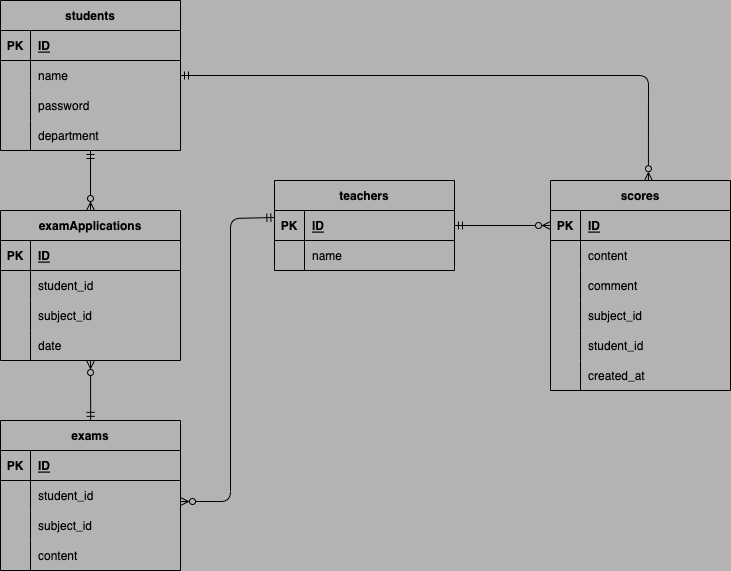
Earlier version of the draw.io export index.drawio.png (daurora-net/20220906ueda). Source tidied: cells renumbered, new cells last; positions are measured from the earlier drawing's top-left corner, leaving out a move shared by most shapes. Its diagram source:
```xml
<mxGraphModel background="#B3B3B3">
  <root>
    <mxCell id="0" />
    <mxCell id="1" parent="0" />
    <mxCell id="2" style="edgeStyle=none;html=1;fontColor=#000000;startArrow=ERmandOne;startFill=0;endArrow=ERzeroToMany;endFill=0;" parent="1" edge="1" source="13">
      <mxGeometry relative="1" as="geometry">
        <mxPoint x="90" y="210" as="targetPoint" />
      </mxGeometry>
    </mxCell>
    <mxCell id="3" value="students" style="shape=table;startSize=30;rowLines=0;fontStyle=1;align=center;fillColor=none;" parent="1" vertex="1">
      <mxGeometry width="180" height="150" as="geometry" />
    </mxCell>
    <mxCell id="4" style="shape=partialRectangle;fillColor=none;top=0;left=0;bottom=1;right=0;" parent="3" vertex="1">
      <mxGeometry y="30" width="180" height="30" as="geometry" />
    </mxCell>
    <mxCell id="5" value="PK" style="shape=partialRectangle;fillColor=none;top=0;left=0;bottom=0;right=0;fontStyle=1;overflow=hidden;" parent="4" vertex="1">
      <mxGeometry width="30" height="30" as="geometry" />
    </mxCell>
    <mxCell id="6" value="ID" style="shape=partialRectangle;fillColor=none;top=0;left=0;bottom=0;right=0;align=left;spacingLeft=6;fontStyle=5;overflow=hidden;" parent="4" vertex="1">
      <mxGeometry x="30" width="150" height="30" as="geometry" />
    </mxCell>
    <mxCell id="7" style="shape=partialRectangle;fillColor=none;top=0;left=0;bottom=0;right=0;points=[[0,0.5],[1,0.5]];portConstraint=eastwest;" parent="3" vertex="1">
      <mxGeometry y="60" width="180" height="30" as="geometry" />
    </mxCell>
    <mxCell id="8" style="shape=partialRectangle;fillColor=none;top=0;left=0;bottom=0;right=0;overflow=hidden;" parent="7" vertex="1">
      <mxGeometry width="30" height="30" as="geometry" />
    </mxCell>
    <mxCell id="9" value="name" style="shape=partialRectangle;fillColor=none;top=0;left=0;bottom=0;right=0;align=left;spacingLeft=6;overflow=hidden;" parent="7" vertex="1">
      <mxGeometry x="30" width="150" height="30" as="geometry" />
    </mxCell>
    <mxCell id="10" style="shape=partialRectangle;fillColor=none;top=0;left=0;bottom=0;right=0;" parent="3" vertex="1">
      <mxGeometry y="90" width="180" height="30" as="geometry" />
    </mxCell>
    <mxCell id="11" style="shape=partialRectangle;fillColor=none;top=0;left=0;bottom=0;right=0;overflow=hidden;" parent="10" vertex="1">
      <mxGeometry width="30" height="30" as="geometry" />
    </mxCell>
    <mxCell id="12" value="password" style="shape=partialRectangle;fillColor=none;top=0;left=0;bottom=0;right=0;align=left;spacingLeft=6;overflow=hidden;" parent="10" vertex="1">
      <mxGeometry x="30" width="150" height="30" as="geometry" />
    </mxCell>
    <mxCell id="13" style="shape=partialRectangle;fillColor=none;top=0;left=0;bottom=0;right=0;points=[[0,0.5],[1,0.5]];portConstraint=eastwest;" parent="3" vertex="1">
      <mxGeometry y="120" width="180" height="30" as="geometry" />
    </mxCell>
    <mxCell id="14" style="shape=partialRectangle;fillColor=none;top=0;left=0;bottom=0;right=0;overflow=hidden;" parent="13" vertex="1">
      <mxGeometry width="30" height="30" as="geometry" />
    </mxCell>
    <mxCell id="15" value="department" style="shape=partialRectangle;fillColor=none;top=0;left=0;bottom=0;right=0;align=left;spacingLeft=6;overflow=hidden;" parent="13" vertex="1">
      <mxGeometry x="30" width="150" height="30" as="geometry" />
    </mxCell>
    <mxCell id="16" style="edgeStyle=none;rounded=1;html=1;fontColor=#000000;startArrow=ERmandOne;startFill=0;endArrow=ERzeroToMany;endFill=0;" parent="1" edge="1" source="17">
      <mxGeometry relative="1" as="geometry">
        <mxPoint x="550" y="225" as="targetPoint" />
      </mxGeometry>
    </mxCell>
    <mxCell id="17" value="teachers" style="shape=table;startSize=30;rowLines=0;fontStyle=1;align=center;fillColor=none;" parent="1" vertex="1">
      <mxGeometry x="274" y="180" width="180" height="90" as="geometry" />
    </mxCell>
    <mxCell id="18" style="shape=partialRectangle;fillColor=none;top=0;left=0;bottom=1;right=0;points=[[0,0.5],[1,0.5]];portConstraint=eastwest;" parent="17" vertex="1">
      <mxGeometry y="30" width="180" height="30" as="geometry" />
    </mxCell>
    <mxCell id="19" value="PK" style="shape=partialRectangle;fillColor=none;top=0;left=0;bottom=0;right=0;fontStyle=1;overflow=hidden;" parent="18" vertex="1">
      <mxGeometry width="30" height="30" as="geometry" />
    </mxCell>
    <mxCell id="20" value="ID" style="shape=partialRectangle;fillColor=none;top=0;left=0;bottom=0;right=0;align=left;spacingLeft=6;fontStyle=5;overflow=hidden;" parent="18" vertex="1">
      <mxGeometry x="30" width="150" height="30" as="geometry" />
    </mxCell>
    <mxCell id="21" style="shape=partialRectangle;fillColor=none;top=0;left=0;bottom=0;right=0;" parent="17" vertex="1">
      <mxGeometry y="60" width="180" height="30" as="geometry" />
    </mxCell>
    <mxCell id="22" style="shape=partialRectangle;fillColor=none;top=0;left=0;bottom=0;right=0;overflow=hidden;" parent="21" vertex="1">
      <mxGeometry width="30" height="30" as="geometry" />
    </mxCell>
    <mxCell id="23" value="name" style="shape=partialRectangle;fillColor=none;top=0;left=0;bottom=0;right=0;align=left;spacingLeft=6;overflow=hidden;" parent="21" vertex="1">
      <mxGeometry x="30" width="150" height="30" as="geometry" />
    </mxCell>
    <mxCell id="24" style="edgeStyle=none;html=1;fontColor=#000000;startArrow=ERzeroToMany;startFill=0;endArrow=ERmandOne;endFill=0;entryX=0.501;entryY=-0.001;entryDx=0;entryDy=0;entryPerimeter=0;" parent="1" edge="1" source="35" target="38">
      <mxGeometry relative="1" as="geometry" />
    </mxCell>
    <mxCell id="25" value="examApplications" style="shape=table;startSize=30;rowLines=0;fontStyle=1;align=center;fillColor=none;" parent="1" vertex="1">
      <mxGeometry y="210" width="180" height="150" as="geometry" />
    </mxCell>
    <mxCell id="26" style="shape=partialRectangle;fillColor=none;top=0;left=0;bottom=1;right=0;" parent="25" vertex="1">
      <mxGeometry y="30" width="180" height="30" as="geometry" />
    </mxCell>
    <mxCell id="27" value="PK" style="shape=partialRectangle;fillColor=none;top=0;left=0;bottom=0;right=0;fontStyle=1;overflow=hidden;" parent="26" vertex="1">
      <mxGeometry width="30" height="30" as="geometry" />
    </mxCell>
    <mxCell id="28" value="ID" style="shape=partialRectangle;fillColor=none;top=0;left=0;bottom=0;right=0;align=left;spacingLeft=6;fontStyle=5;overflow=hidden;" parent="26" vertex="1">
      <mxGeometry x="30" width="150" height="30" as="geometry" />
    </mxCell>
    <mxCell id="29" style="shape=partialRectangle;fillColor=none;top=0;left=0;bottom=0;right=0;" parent="25" vertex="1">
      <mxGeometry y="60" width="180" height="30" as="geometry" />
    </mxCell>
    <mxCell id="30" style="shape=partialRectangle;fillColor=none;top=0;left=0;bottom=0;right=0;overflow=hidden;" parent="29" vertex="1">
      <mxGeometry width="30" height="30" as="geometry" />
    </mxCell>
    <mxCell id="31" value="student_id" style="shape=partialRectangle;fillColor=none;top=0;left=0;bottom=0;right=0;align=left;spacingLeft=6;overflow=hidden;" parent="29" vertex="1">
      <mxGeometry x="30" width="150" height="30" as="geometry" />
    </mxCell>
    <mxCell id="32" style="shape=partialRectangle;fillColor=none;top=0;left=0;bottom=0;right=0;" parent="25" vertex="1">
      <mxGeometry y="90" width="180" height="30" as="geometry" />
    </mxCell>
    <mxCell id="33" style="shape=partialRectangle;fillColor=none;top=0;left=0;bottom=0;right=0;overflow=hidden;" parent="32" vertex="1">
      <mxGeometry width="30" height="30" as="geometry" />
    </mxCell>
    <mxCell id="34" value="subject_id" style="shape=partialRectangle;fillColor=none;top=0;left=0;bottom=0;right=0;align=left;spacingLeft=6;overflow=hidden;" parent="32" vertex="1">
      <mxGeometry x="30" width="150" height="30" as="geometry" />
    </mxCell>
    <mxCell id="35" style="shape=partialRectangle;fillColor=none;top=0;left=0;bottom=0;right=0;points=[[0,0.5],[1,0.5]];portConstraint=eastwest;" parent="25" vertex="1">
      <mxGeometry y="120" width="180" height="30" as="geometry" />
    </mxCell>
    <mxCell id="36" style="shape=partialRectangle;fillColor=none;top=0;left=0;bottom=0;right=0;overflow=hidden;" parent="35" vertex="1">
      <mxGeometry width="30" height="30" as="geometry" />
    </mxCell>
    <mxCell id="37" value="date" style="shape=partialRectangle;fillColor=none;top=0;left=0;bottom=0;right=0;align=left;spacingLeft=6;overflow=hidden;" parent="35" vertex="1">
      <mxGeometry x="30" width="150" height="30" as="geometry" />
    </mxCell>
    <mxCell id="38" value="exams" style="shape=table;startSize=30;rowLines=0;fontStyle=1;align=center;fillColor=none;" parent="1" vertex="1">
      <mxGeometry y="420" width="180" height="150" as="geometry" />
    </mxCell>
    <mxCell id="39" style="shape=partialRectangle;fillColor=none;top=0;left=0;bottom=1;right=0;" parent="38" vertex="1">
      <mxGeometry y="30" width="180" height="30" as="geometry" />
    </mxCell>
    <mxCell id="40" value="PK" style="shape=partialRectangle;fillColor=none;top=0;left=0;bottom=0;right=0;fontStyle=1;overflow=hidden;" parent="39" vertex="1">
      <mxGeometry width="30" height="30" as="geometry" />
    </mxCell>
    <mxCell id="41" value="ID" style="shape=partialRectangle;fillColor=none;top=0;left=0;bottom=0;right=0;align=left;spacingLeft=6;fontStyle=5;overflow=hidden;" parent="39" vertex="1">
      <mxGeometry x="30" width="150" height="30" as="geometry" />
    </mxCell>
    <mxCell id="42" style="shape=partialRectangle;fillColor=none;top=0;left=0;bottom=0;right=0;" parent="38" vertex="1">
      <mxGeometry y="60" width="180" height="30" as="geometry" />
    </mxCell>
    <mxCell id="43" style="shape=partialRectangle;fillColor=none;top=0;left=0;bottom=0;right=0;overflow=hidden;" parent="42" vertex="1">
      <mxGeometry width="30" height="30" as="geometry" />
    </mxCell>
    <mxCell id="44" value="student_id" style="shape=partialRectangle;fillColor=none;top=0;left=0;bottom=0;right=0;align=left;spacingLeft=6;overflow=hidden;" parent="42" vertex="1">
      <mxGeometry x="30" width="150" height="30" as="geometry" />
    </mxCell>
    <mxCell id="45" style="shape=partialRectangle;fillColor=none;top=0;left=0;bottom=0;right=0;" parent="38" vertex="1">
      <mxGeometry y="90" width="180" height="30" as="geometry" />
    </mxCell>
    <mxCell id="46" style="shape=partialRectangle;fillColor=none;top=0;left=0;bottom=0;right=0;overflow=hidden;" parent="45" vertex="1">
      <mxGeometry width="30" height="30" as="geometry" />
    </mxCell>
    <mxCell id="47" value="subject_id" style="shape=partialRectangle;fillColor=none;top=0;left=0;bottom=0;right=0;align=left;spacingLeft=6;overflow=hidden;" parent="45" vertex="1">
      <mxGeometry x="30" width="150" height="30" as="geometry" />
    </mxCell>
    <mxCell id="48" style="shape=partialRectangle;fillColor=none;top=0;left=0;bottom=0;right=0;" parent="38" vertex="1">
      <mxGeometry y="120" width="180" height="30" as="geometry" />
    </mxCell>
    <mxCell id="49" style="shape=partialRectangle;fillColor=none;top=0;left=0;bottom=0;right=0;overflow=hidden;" parent="48" vertex="1">
      <mxGeometry width="30" height="30" as="geometry" />
    </mxCell>
    <mxCell id="50" value="content" style="shape=partialRectangle;fillColor=none;top=0;left=0;bottom=0;right=0;align=left;spacingLeft=6;overflow=hidden;" parent="48" vertex="1">
      <mxGeometry x="30" width="150" height="30" as="geometry" />
    </mxCell>
    <mxCell id="51" value="scores" style="shape=table;startSize=30;rowLines=0;fontStyle=1;align=center;fillColor=none;" parent="1" vertex="1">
      <mxGeometry x="550" y="180" width="180" height="210" as="geometry" />
    </mxCell>
    <mxCell id="52" style="shape=partialRectangle;fillColor=none;top=0;left=0;bottom=1;right=0;" parent="51" vertex="1">
      <mxGeometry y="30" width="180" height="30" as="geometry" />
    </mxCell>
    <mxCell id="53" value="PK" style="shape=partialRectangle;fillColor=none;top=0;left=0;bottom=0;right=0;fontStyle=1;overflow=hidden;" parent="52" vertex="1">
      <mxGeometry width="30" height="30" as="geometry" />
    </mxCell>
    <mxCell id="54" value="ID" style="shape=partialRectangle;fillColor=none;top=0;left=0;bottom=0;right=0;align=left;spacingLeft=6;fontStyle=5;overflow=hidden;" parent="52" vertex="1">
      <mxGeometry x="30" width="150" height="30" as="geometry" />
    </mxCell>
    <mxCell id="55" style="shape=partialRectangle;fillColor=none;top=0;left=0;bottom=0;right=0;" parent="51" vertex="1">
      <mxGeometry y="60" width="180" height="30" as="geometry" />
    </mxCell>
    <mxCell id="56" style="shape=partialRectangle;fillColor=none;top=0;left=0;bottom=0;right=0;overflow=hidden;" parent="55" vertex="1">
      <mxGeometry width="30" height="30" as="geometry" />
    </mxCell>
    <mxCell id="57" value="content" style="shape=partialRectangle;fillColor=none;top=0;left=0;bottom=0;right=0;align=left;spacingLeft=6;overflow=hidden;" parent="55" vertex="1">
      <mxGeometry x="30" width="150" height="30" as="geometry" />
    </mxCell>
    <mxCell id="58" style="shape=partialRectangle;fillColor=none;top=0;left=0;bottom=0;right=0;" parent="51" vertex="1">
      <mxGeometry y="90" width="180" height="30" as="geometry" />
    </mxCell>
    <mxCell id="59" style="shape=partialRectangle;fillColor=none;top=0;left=0;bottom=0;right=0;overflow=hidden;" parent="58" vertex="1">
      <mxGeometry width="30" height="30" as="geometry" />
    </mxCell>
    <mxCell id="60" value="comment" style="shape=partialRectangle;fillColor=none;top=0;left=0;bottom=0;right=0;align=left;spacingLeft=6;overflow=hidden;" parent="58" vertex="1">
      <mxGeometry x="30" width="150" height="30" as="geometry" />
    </mxCell>
    <mxCell id="61" style="shape=partialRectangle;fillColor=none;top=0;left=0;bottom=0;right=0;" parent="51" vertex="1">
      <mxGeometry y="120" width="180" height="30" as="geometry" />
    </mxCell>
    <mxCell id="62" style="shape=partialRectangle;fillColor=none;top=0;left=0;bottom=0;right=0;overflow=hidden;" parent="61" vertex="1">
      <mxGeometry width="30" height="30" as="geometry" />
    </mxCell>
    <mxCell id="63" value="subject_id" style="shape=partialRectangle;fillColor=none;top=0;left=0;bottom=0;right=0;align=left;spacingLeft=6;overflow=hidden;" parent="61" vertex="1">
      <mxGeometry x="30" width="150" height="30" as="geometry" />
    </mxCell>
    <mxCell id="64" style="shape=partialRectangle;fillColor=none;top=0;left=0;bottom=0;right=0;" parent="51" vertex="1">
      <mxGeometry y="150" width="180" height="30" as="geometry" />
    </mxCell>
    <mxCell id="65" style="shape=partialRectangle;fillColor=none;top=0;left=0;bottom=0;right=0;overflow=hidden;" parent="64" vertex="1">
      <mxGeometry width="30" height="30" as="geometry" />
    </mxCell>
    <mxCell id="66" value="student_id" style="shape=partialRectangle;fillColor=none;top=0;left=0;bottom=0;right=0;align=left;spacingLeft=6;overflow=hidden;" parent="64" vertex="1">
      <mxGeometry x="30" width="150" height="30" as="geometry" />
    </mxCell>
    <mxCell id="67" style="shape=partialRectangle;fillColor=none;top=0;left=0;bottom=0;right=0;" parent="51" vertex="1">
      <mxGeometry y="180" width="180" height="30" as="geometry" />
    </mxCell>
    <mxCell id="68" style="shape=partialRectangle;fillColor=none;top=0;left=0;bottom=0;right=0;overflow=hidden;" parent="67" vertex="1">
      <mxGeometry width="30" height="30" as="geometry" />
    </mxCell>
    <mxCell id="69" value="created_at" style="shape=partialRectangle;fillColor=none;top=0;left=0;bottom=0;right=0;align=left;spacingLeft=6;overflow=hidden;" parent="67" vertex="1">
      <mxGeometry x="30" width="150" height="30" as="geometry" />
    </mxCell>
    <mxCell id="70" style="edgeStyle=none;rounded=1;html=1;fontColor=#000000;startArrow=ERzeroToMany;startFill=0;endArrow=ERmandOne;endFill=0;entryX=0.002;entryY=0.233;entryDx=0;entryDy=0;entryPerimeter=0;" parent="1" edge="1" target="18">
      <mxGeometry relative="1" as="geometry">
        <mxPoint x="180" y="501" as="sourcePoint" />
        <Array as="points">
          <mxPoint x="230" y="501" />
          <mxPoint x="230" y="218" />
        </Array>
      </mxGeometry>
    </mxCell>
    <mxCell id="71" style="edgeStyle=none;rounded=1;html=1;entryX=0.544;entryY=0.001;entryDx=0;entryDy=0;entryPerimeter=0;fontColor=#000000;startArrow=ERmandOne;startFill=0;endArrow=ERzeroToMany;endFill=0;" parent="1" edge="1" source="7" target="51">
      <mxGeometry relative="1" as="geometry">
        <Array as="points">
          <mxPoint x="648" y="75" />
        </Array>
      </mxGeometry>
    </mxCell>
  </root>
</mxGraphModel>
```
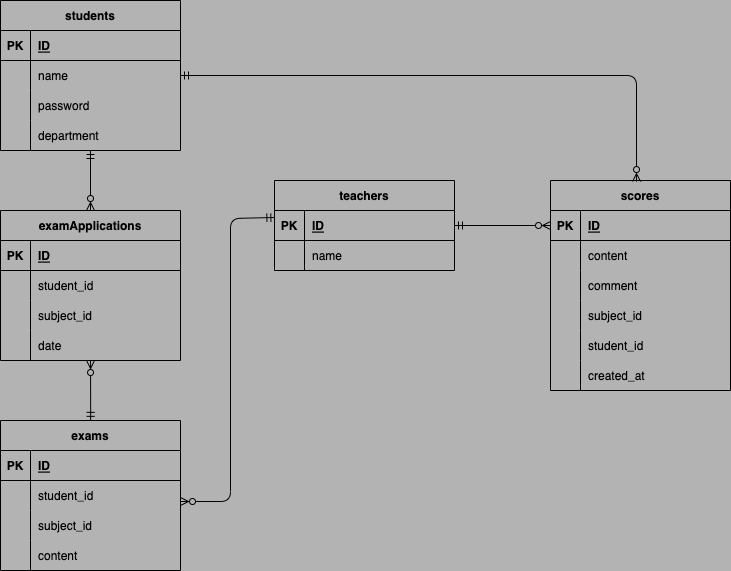
The same file after the commit.

Change to the diagram source:
```diff
@@ -219,10 +219,10 @@
         </Array>
       </mxGeometry>
     </mxCell>
-    <mxCell id="71" style="edgeStyle=none;rounded=1;html=1;entryX=0.544;entryY=0.001;entryDx=0;entryDy=0;entryPerimeter=0;fontColor=#000000;startArrow=ERmandOne;startFill=0;endArrow=ERzeroToMany;endFill=0;" parent="1" edge="1" source="7" target="51">
+    <mxCell id="71" style="edgeStyle=none;rounded=1;html=1;entryX=0.478;entryY=0.005;entryDx=0;entryDy=0;entryPerimeter=0;fontColor=#000000;startArrow=ERmandOne;startFill=0;endArrow=ERzeroToMany;endFill=0;" parent="1" edge="1" source="7" target="51">
       <mxGeometry relative="1" as="geometry">
         <Array as="points">
-          <mxPoint x="648" y="75" />
+          <mxPoint x="636" y="75" />
         </Array>
       </mxGeometry>
     </mxCell>
```
